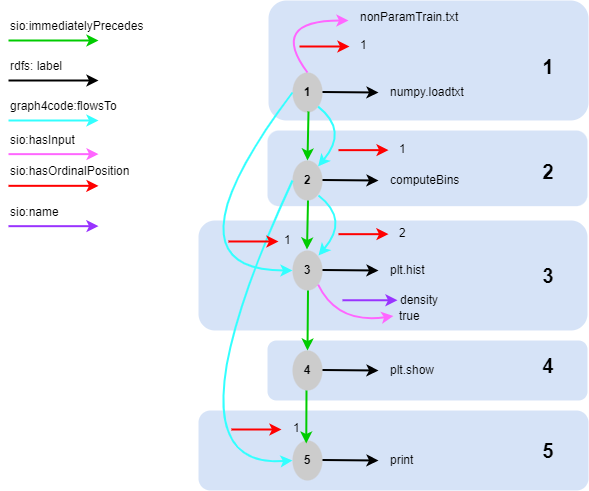
This is graphgen-proposal/dataflow-graph.drawio.png from leonchemnitz/ai4ca_sandbox, a draw.io export, as it was before one commit. Source tidied: cells renumbered, new cells last; positions are measured from the earlier drawing's top-left corner, leaving out a move shared by most shapes. Its diagram source:
```xml
<mxGraphModel>
  <root>
    <mxCell id="0" />
    <mxCell id="1" parent="0" />
    <mxCell id="2" style="rounded=1;whiteSpace=wrap;html=1;fillColor=#D6E3F7;strokeColor=none;" parent="1" vertex="1">
      <mxGeometry x="190" y="410" width="390" height="80" as="geometry" />
    </mxCell>
    <mxCell id="3" style="rounded=1;whiteSpace=wrap;html=1;fillColor=#D6E3F7;strokeColor=none;" parent="1" vertex="1">
      <mxGeometry x="259" y="340" width="320" height="60" as="geometry" />
    </mxCell>
    <mxCell id="4" style="rounded=1;whiteSpace=wrap;html=1;fillColor=#D6E3F7;strokeColor=none;" parent="1" vertex="1">
      <mxGeometry x="190" y="220" width="389" height="110" as="geometry" />
    </mxCell>
    <mxCell id="5" style="rounded=1;whiteSpace=wrap;html=1;fillColor=#D6E3F7;strokeColor=none;" parent="1" vertex="1">
      <mxGeometry x="259" y="130" width="320" height="75.7" as="geometry" />
    </mxCell>
    <mxCell id="6" style="rounded=1;whiteSpace=wrap;html=1;fillColor=#D6E3F7;strokeColor=none;" parent="1" vertex="1">
      <mxGeometry x="260" width="320" height="120" as="geometry" />
    </mxCell>
    <mxCell id="7" style="endArrow=classic;html=1;rounded=0;strokeColor=#00CC00;strokeWidth=2;" parent="1" edge="1">
      <mxGeometry relative="1" as="geometry">
        <mxPoint y="40" as="sourcePoint" />
        <mxPoint x="90" y="40" as="targetPoint" />
      </mxGeometry>
    </mxCell>
    <mxCell id="8" value="sio:immediatelyPrecedes" style="text;html=1;strokeColor=none;fillColor=none;align=left;verticalAlign=middle;whiteSpace=wrap;rounded=0;" parent="1" vertex="1">
      <mxGeometry y="20" width="100" height="12" as="geometry" />
    </mxCell>
    <mxCell id="9" style="endArrow=classic;html=1;rounded=0;strokeColor=#000000;strokeWidth=2;" parent="1" edge="1">
      <mxGeometry relative="1" as="geometry">
        <mxPoint y="80" as="sourcePoint" />
        <mxPoint x="90" y="80" as="targetPoint" />
      </mxGeometry>
    </mxCell>
    <mxCell id="10" value="rdfs: label" style="text;html=1;strokeColor=none;fillColor=none;align=left;verticalAlign=middle;whiteSpace=wrap;rounded=0;" parent="1" vertex="1">
      <mxGeometry y="60" width="100" height="12" as="geometry" />
    </mxCell>
    <mxCell id="11" style="endArrow=classic;html=1;rounded=0;strokeColor=#33FFFF;strokeWidth=2;" parent="1" edge="1">
      <mxGeometry relative="1" as="geometry">
        <mxPoint y="120" as="sourcePoint" />
        <mxPoint x="90" y="120" as="targetPoint" />
      </mxGeometry>
    </mxCell>
    <mxCell id="12" value="graph4code:flowsTo" style="text;html=1;strokeColor=none;fillColor=none;align=left;verticalAlign=middle;whiteSpace=wrap;rounded=0;" parent="1" vertex="1">
      <mxGeometry y="100" width="100" height="12" as="geometry" />
    </mxCell>
    <mxCell id="13" value="1" style="ellipse;whiteSpace=wrap;html=1;strokeColor=none;fillColor=#CCCCCC;fontStyle=1;" parent="1" vertex="1">
      <mxGeometry x="284" y="72" width="30" height="40" as="geometry" />
    </mxCell>
    <mxCell id="14" style="endArrow=classic;html=1;rounded=0;strokeColor=#000000;strokeWidth=2;" parent="1" edge="1">
      <mxGeometry relative="1" as="geometry">
        <mxPoint x="314" y="91.5" as="sourcePoint" />
        <mxPoint x="370" y="92" as="targetPoint" />
      </mxGeometry>
    </mxCell>
    <mxCell id="15" value="numpy.loadtxt" style="text;html=1;strokeColor=none;fillColor=none;align=left;verticalAlign=middle;whiteSpace=wrap;rounded=0;" parent="1" vertex="1">
      <mxGeometry x="380" y="77" width="60" height="30" as="geometry" />
    </mxCell>
    <mxCell id="16" value="2" style="ellipse;whiteSpace=wrap;html=1;strokeColor=none;fillColor=#CCCCCC;fontStyle=1;" parent="1" vertex="1">
      <mxGeometry x="284" y="160" width="30" height="40" as="geometry" />
    </mxCell>
    <mxCell id="17" style="endArrow=classic;html=1;rounded=0;strokeColor=#000000;strokeWidth=2;" parent="1" edge="1">
      <mxGeometry relative="1" as="geometry">
        <mxPoint x="314" y="179.5" as="sourcePoint" />
        <mxPoint x="370" y="180" as="targetPoint" />
      </mxGeometry>
    </mxCell>
    <mxCell id="18" value="computeBins" style="text;html=1;strokeColor=none;fillColor=none;align=left;verticalAlign=middle;whiteSpace=wrap;rounded=0;" parent="1" vertex="1">
      <mxGeometry x="380" y="165" width="60" height="30" as="geometry" />
    </mxCell>
    <mxCell id="19" value="3" style="ellipse;whiteSpace=wrap;html=1;strokeColor=none;fillColor=#CCCCCC;fontStyle=1;" parent="1" vertex="1">
      <mxGeometry x="284" y="250" width="30" height="40" as="geometry" />
    </mxCell>
    <mxCell id="20" style="endArrow=classic;html=1;rounded=0;strokeColor=#000000;strokeWidth=2;" parent="1" edge="1">
      <mxGeometry relative="1" as="geometry">
        <mxPoint x="314" y="269.5" as="sourcePoint" />
        <mxPoint x="370" y="270" as="targetPoint" />
      </mxGeometry>
    </mxCell>
    <mxCell id="21" value="plt.hist" style="text;html=1;strokeColor=none;fillColor=none;align=left;verticalAlign=middle;whiteSpace=wrap;rounded=0;" parent="1" vertex="1">
      <mxGeometry x="380" y="255" width="60" height="30" as="geometry" />
    </mxCell>
    <mxCell id="22" style="endArrow=classic;html=1;rounded=0;strokeColor=#00CC00;strokeWidth=2;entryX=0.5;entryY=0;entryDx=0;entryDy=0;" parent="1" edge="1" target="16">
      <mxGeometry relative="1" as="geometry">
        <mxPoint x="300" y="111" as="sourcePoint" />
      </mxGeometry>
    </mxCell>
    <mxCell id="23" style="endArrow=classic;html=1;strokeColor=#33FFFF;strokeWidth=2;exitX=1;exitY=1;exitDx=0;exitDy=0;entryX=1;entryY=0;entryDx=0;entryDy=0;curved=1;" parent="1" edge="1" source="13" target="16">
      <mxGeometry relative="1" as="geometry">
        <Array as="points">
          <mxPoint x="340" y="130" />
        </Array>
      </mxGeometry>
    </mxCell>
    <mxCell id="24" style="endArrow=classic;html=1;rounded=0;strokeColor=#FF66FF;strokeWidth=2;" parent="1" edge="1">
      <mxGeometry relative="1" as="geometry">
        <mxPoint y="153.6" as="sourcePoint" />
        <mxPoint x="90" y="153.6" as="targetPoint" />
      </mxGeometry>
    </mxCell>
    <mxCell id="25" value="sio:hasInput" style="text;html=1;strokeColor=none;fillColor=none;align=left;verticalAlign=middle;whiteSpace=wrap;rounded=0;" parent="1" vertex="1">
      <mxGeometry y="133.6" width="100" height="12" as="geometry" />
    </mxCell>
    <mxCell id="26" style="endArrow=classic;html=1;rounded=0;strokeColor=#FF0000;strokeWidth=2;" parent="1" edge="1">
      <mxGeometry relative="1" as="geometry">
        <mxPoint y="185.3" as="sourcePoint" />
        <mxPoint x="90" y="185.3" as="targetPoint" />
      </mxGeometry>
    </mxCell>
    <mxCell id="27" value="sio:hasOrdinalPosition" style="text;html=1;strokeColor=none;fillColor=none;align=left;verticalAlign=middle;whiteSpace=wrap;rounded=0;" parent="1" vertex="1">
      <mxGeometry y="165.3" width="100" height="12" as="geometry" />
    </mxCell>
    <mxCell id="28" style="endArrow=classic;html=1;rounded=0;strokeColor=#9933FF;strokeWidth=2;" parent="1" edge="1">
      <mxGeometry relative="1" as="geometry">
        <mxPoint y="225.7" as="sourcePoint" />
        <mxPoint x="90" y="225.7" as="targetPoint" />
      </mxGeometry>
    </mxCell>
    <mxCell id="29" value="sio:name" style="text;html=1;strokeColor=none;fillColor=none;align=left;verticalAlign=middle;whiteSpace=wrap;rounded=0;" parent="1" vertex="1">
      <mxGeometry y="205.7" width="100" height="12" as="geometry" />
    </mxCell>
    <mxCell id="30" style="endArrow=classic;html=1;rounded=0;strokeColor=#FF0000;strokeWidth=2;" parent="1" edge="1">
      <mxGeometry relative="1" as="geometry">
        <mxPoint x="330" y="149.6" as="sourcePoint" />
        <mxPoint x="380" y="149.6" as="targetPoint" />
      </mxGeometry>
    </mxCell>
    <mxCell id="31" value="1" style="text;html=1;strokeColor=none;fillColor=none;align=left;verticalAlign=middle;whiteSpace=wrap;rounded=0;" parent="1" vertex="1">
      <mxGeometry x="389" y="133.6" width="60" height="30" as="geometry" />
    </mxCell>
    <mxCell id="32" style="endArrow=classic;html=1;strokeColor=#FF66FF;strokeWidth=2;exitX=0.5;exitY=0;exitDx=0;exitDy=0;curved=1;" parent="1" edge="1" source="13">
      <mxGeometry relative="1" as="geometry">
        <mxPoint x="340" y="20" as="targetPoint" />
        <Array as="points">
          <mxPoint x="260" y="20" />
        </Array>
      </mxGeometry>
    </mxCell>
    <mxCell id="33" value="nonParamTrain.txt" style="text;html=1;strokeColor=none;fillColor=none;align=left;verticalAlign=middle;whiteSpace=wrap;rounded=0;" parent="1" vertex="1">
      <mxGeometry x="350" y="2" width="60" height="30" as="geometry" />
    </mxCell>
    <mxCell id="34" style="endArrow=classic;html=1;rounded=0;strokeColor=#FF0000;strokeWidth=2;" parent="1" edge="1">
      <mxGeometry relative="1" as="geometry">
        <mxPoint x="291" y="46" as="sourcePoint" />
        <mxPoint x="341" y="46" as="targetPoint" />
      </mxGeometry>
    </mxCell>
    <mxCell id="35" value="1" style="text;html=1;strokeColor=none;fillColor=none;align=left;verticalAlign=middle;whiteSpace=wrap;rounded=0;" parent="1" vertex="1">
      <mxGeometry x="350" y="30" width="60" height="30" as="geometry" />
    </mxCell>
    <mxCell id="36" style="endArrow=classic;html=1;rounded=0;strokeColor=#00CC00;strokeWidth=2;entryX=0.5;entryY=0;entryDx=0;entryDy=0;" parent="1" edge="1">
      <mxGeometry relative="1" as="geometry">
        <mxPoint x="299.5" y="200" as="sourcePoint" />
        <mxPoint x="298.5" y="249" as="targetPoint" />
      </mxGeometry>
    </mxCell>
    <mxCell id="37" value="4" style="ellipse;whiteSpace=wrap;html=1;strokeColor=none;fillColor=#CCCCCC;fontStyle=1;" parent="1" vertex="1">
      <mxGeometry x="284" y="350" width="30" height="40" as="geometry" />
    </mxCell>
    <mxCell id="38" style="endArrow=classic;html=1;rounded=0;strokeColor=#000000;strokeWidth=2;" parent="1" edge="1">
      <mxGeometry relative="1" as="geometry">
        <mxPoint x="314" y="369.5" as="sourcePoint" />
        <mxPoint x="370" y="370" as="targetPoint" />
      </mxGeometry>
    </mxCell>
    <mxCell id="39" value="plt.show" style="text;html=1;strokeColor=none;fillColor=none;align=left;verticalAlign=middle;whiteSpace=wrap;rounded=0;" parent="1" vertex="1">
      <mxGeometry x="380" y="355" width="60" height="30" as="geometry" />
    </mxCell>
    <mxCell id="40" style="endArrow=classic;html=1;rounded=0;strokeColor=#00CC00;strokeWidth=2;entryX=0.5;entryY=0;entryDx=0;entryDy=0;" parent="1" edge="1" target="37">
      <mxGeometry relative="1" as="geometry">
        <mxPoint x="299.5" y="290" as="sourcePoint" />
      </mxGeometry>
    </mxCell>
    <mxCell id="41" value="5" style="ellipse;whiteSpace=wrap;html=1;strokeColor=none;fillColor=#CCCCCC;fontStyle=1;" parent="1" vertex="1">
      <mxGeometry x="284" y="440" width="30" height="40" as="geometry" />
    </mxCell>
    <mxCell id="42" style="endArrow=classic;html=1;rounded=0;strokeColor=#000000;strokeWidth=2;" parent="1" edge="1">
      <mxGeometry relative="1" as="geometry">
        <mxPoint x="314" y="459.5" as="sourcePoint" />
        <mxPoint x="370" y="460" as="targetPoint" />
      </mxGeometry>
    </mxCell>
    <mxCell id="43" value="print" style="text;html=1;strokeColor=none;fillColor=none;align=left;verticalAlign=middle;whiteSpace=wrap;rounded=0;" parent="1" vertex="1">
      <mxGeometry x="380" y="445" width="60" height="30" as="geometry" />
    </mxCell>
    <mxCell id="44" style="endArrow=classic;html=1;rounded=0;strokeColor=#00CC00;strokeWidth=2;entryX=0.25;entryY=1;entryDx=0;entryDy=0;" parent="1" edge="1" target="47">
      <mxGeometry relative="1" as="geometry">
        <mxPoint x="298" y="390" as="sourcePoint" />
      </mxGeometry>
    </mxCell>
    <mxCell id="45" style="endArrow=classic;html=1;strokeColor=#33FFFF;strokeWidth=2;exitX=0;exitY=0.5;exitDx=0;exitDy=0;entryX=0;entryY=0.5;entryDx=0;entryDy=0;curved=1;" parent="1" edge="1" source="16" target="41">
      <mxGeometry relative="1" as="geometry">
        <Array as="points">
          <mxPoint x="150" y="470" />
        </Array>
      </mxGeometry>
    </mxCell>
    <mxCell id="46" style="endArrow=classic;html=1;rounded=0;strokeColor=#FF0000;strokeWidth=2;" parent="1" edge="1">
      <mxGeometry relative="1" as="geometry">
        <mxPoint x="223" y="429" as="sourcePoint" />
        <mxPoint x="273" y="429" as="targetPoint" />
      </mxGeometry>
    </mxCell>
    <mxCell id="47" value="1" style="text;html=1;strokeColor=none;fillColor=none;align=left;verticalAlign=middle;whiteSpace=wrap;rounded=0;" parent="1" vertex="1">
      <mxGeometry x="283" y="413" width="59" height="30" as="geometry" />
    </mxCell>
    <mxCell id="48" style="endArrow=classic;html=1;strokeColor=#33FFFF;strokeWidth=2;exitX=0;exitY=0.5;exitDx=0;exitDy=0;entryX=0;entryY=0.5;entryDx=0;entryDy=0;curved=1;" parent="1" edge="1" source="13" target="19">
      <mxGeometry relative="1" as="geometry">
        <Array as="points">
          <mxPoint x="150" y="270" />
        </Array>
      </mxGeometry>
    </mxCell>
    <mxCell id="49" style="endArrow=classic;html=1;rounded=0;strokeColor=#FF0000;strokeWidth=2;" parent="1" edge="1">
      <mxGeometry relative="1" as="geometry">
        <mxPoint x="220" y="241" as="sourcePoint" />
        <mxPoint x="270" y="241" as="targetPoint" />
      </mxGeometry>
    </mxCell>
    <mxCell id="50" value="1" style="text;html=1;strokeColor=none;fillColor=none;align=left;verticalAlign=middle;whiteSpace=wrap;rounded=0;" parent="1" vertex="1">
      <mxGeometry x="274" y="225" width="59" height="30" as="geometry" />
    </mxCell>
    <mxCell id="51" style="endArrow=classic;html=1;strokeColor=#33FFFF;strokeWidth=2;exitX=1;exitY=1;exitDx=0;exitDy=0;entryX=1;entryY=0;entryDx=0;entryDy=0;curved=1;" parent="1" edge="1">
      <mxGeometry relative="1" as="geometry">
        <mxPoint x="310" y="195" as="sourcePoint" />
        <mxPoint x="310" y="255" as="targetPoint" />
        <Array as="points">
          <mxPoint x="341" y="219" />
        </Array>
      </mxGeometry>
    </mxCell>
    <mxCell id="52" style="endArrow=classic;html=1;rounded=0;strokeColor=#FF0000;strokeWidth=2;" parent="1" edge="1">
      <mxGeometry relative="1" as="geometry">
        <mxPoint x="330" y="233.7" as="sourcePoint" />
        <mxPoint x="380" y="233.7" as="targetPoint" />
      </mxGeometry>
    </mxCell>
    <mxCell id="53" value="2" style="text;html=1;strokeColor=none;fillColor=none;align=left;verticalAlign=middle;whiteSpace=wrap;rounded=0;" parent="1" vertex="1">
      <mxGeometry x="389" y="217.7" width="60" height="30" as="geometry" />
    </mxCell>
    <mxCell id="54" style="endArrow=classic;html=1;strokeColor=#FF66FF;strokeWidth=2;exitX=1;exitY=1;exitDx=0;exitDy=0;curved=1;entryX=-0.068;entryY=0.473;entryDx=0;entryDy=0;entryPerimeter=0;" parent="1" edge="1" source="19" target="56">
      <mxGeometry relative="1" as="geometry">
        <Array as="points">
          <mxPoint x="328.9" y="323.6" />
        </Array>
      </mxGeometry>
    </mxCell>
    <mxCell id="55" style="endArrow=classic;html=1;rounded=0;strokeColor=#9933FF;strokeWidth=2;" parent="1" edge="1">
      <mxGeometry relative="1" as="geometry">
        <mxPoint x="334" y="299.8" as="sourcePoint" />
        <mxPoint x="389" y="299.8" as="targetPoint" />
      </mxGeometry>
    </mxCell>
    <mxCell id="56" value="true" style="text;html=1;strokeColor=none;fillColor=none;align=left;verticalAlign=middle;whiteSpace=wrap;rounded=0;" parent="1" vertex="1">
      <mxGeometry x="389" y="301.3" width="60" height="30" as="geometry" />
    </mxCell>
    <mxCell id="57" value="density" style="text;html=1;strokeColor=none;fillColor=none;align=left;verticalAlign=middle;whiteSpace=wrap;rounded=0;" parent="1" vertex="1">
      <mxGeometry x="390" y="285" width="60" height="30" as="geometry" />
    </mxCell>
    <mxCell id="58" value="&lt;font style=&quot;font-size: 20px;&quot;&gt;&lt;b&gt;1&lt;/b&gt;&lt;/font&gt;" style="text;html=1;strokeColor=none;fillColor=none;align=center;verticalAlign=middle;whiteSpace=wrap;rounded=0;" parent="1" vertex="1">
      <mxGeometry x="510" y="51" width="60" height="30" as="geometry" />
    </mxCell>
    <mxCell id="59" value="&lt;font style=&quot;font-size: 20px;&quot;&gt;&lt;b&gt;2&lt;/b&gt;&lt;/font&gt;" style="text;html=1;strokeColor=none;fillColor=none;align=center;verticalAlign=middle;whiteSpace=wrap;rounded=0;" parent="1" vertex="1">
      <mxGeometry x="510" y="156.3" width="60" height="30" as="geometry" />
    </mxCell>
    <mxCell id="60" value="&lt;font style=&quot;font-size: 20px;&quot;&gt;&lt;b&gt;3&lt;/b&gt;&lt;/font&gt;" style="text;html=1;strokeColor=none;fillColor=none;align=center;verticalAlign=middle;whiteSpace=wrap;rounded=0;" parent="1" vertex="1">
      <mxGeometry x="510" y="260" width="60" height="30" as="geometry" />
    </mxCell>
    <mxCell id="61" value="&lt;font style=&quot;font-size: 20px;&quot;&gt;&lt;b&gt;4&lt;/b&gt;&lt;/font&gt;" style="text;html=1;strokeColor=none;fillColor=none;align=center;verticalAlign=middle;whiteSpace=wrap;rounded=0;" parent="1" vertex="1">
      <mxGeometry x="510" y="350" width="60" height="30" as="geometry" />
    </mxCell>
    <mxCell id="62" value="&lt;font style=&quot;font-size: 20px;&quot;&gt;&lt;b&gt;5&lt;/b&gt;&lt;/font&gt;" style="text;html=1;strokeColor=none;fillColor=none;align=center;verticalAlign=middle;whiteSpace=wrap;rounded=0;" parent="1" vertex="1">
      <mxGeometry x="510" y="435" width="60" height="30" as="geometry" />
    </mxCell>
  </root>
</mxGraphModel>
```
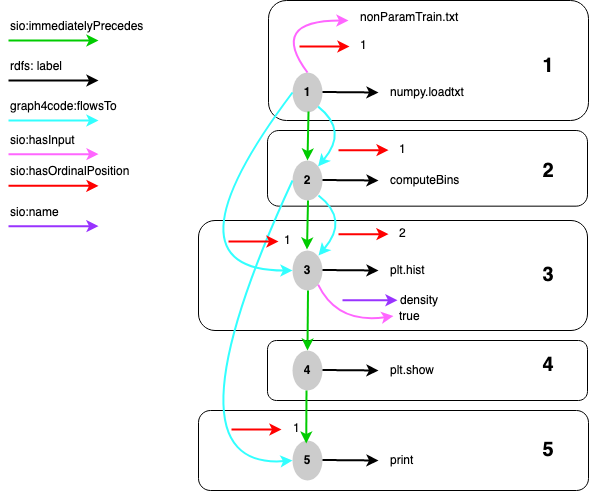
The same file after the commit.

What changed in the source:
```diff
@@ -2,19 +2,19 @@
   <root>
     <mxCell id="0" />
     <mxCell id="1" parent="0" />
-    <mxCell id="2" style="rounded=1;whiteSpace=wrap;html=1;fillColor=#D6E3F7;strokeColor=none;" parent="1" vertex="1">
+    <mxCell id="2" style="rounded=1;whiteSpace=wrap;html=1;" parent="1" vertex="1">
       <mxGeometry x="190" y="410" width="390" height="80" as="geometry" />
     </mxCell>
-    <mxCell id="3" style="rounded=1;whiteSpace=wrap;html=1;fillColor=#D6E3F7;strokeColor=none;" parent="1" vertex="1">
+    <mxCell id="3" style="rounded=1;whiteSpace=wrap;html=1;" parent="1" vertex="1">
       <mxGeometry x="259" y="340" width="320" height="60" as="geometry" />
     </mxCell>
-    <mxCell id="4" style="rounded=1;whiteSpace=wrap;html=1;fillColor=#D6E3F7;strokeColor=none;" parent="1" vertex="1">
+    <mxCell id="4" style="rounded=1;whiteSpace=wrap;html=1;" parent="1" vertex="1">
       <mxGeometry x="190" y="220" width="389" height="110" as="geometry" />
     </mxCell>
-    <mxCell id="5" style="rounded=1;whiteSpace=wrap;html=1;fillColor=#D6E3F7;strokeColor=none;" parent="1" vertex="1">
+    <mxCell id="5" style="rounded=1;whiteSpace=wrap;html=1;" parent="1" vertex="1">
       <mxGeometry x="259" y="130" width="320" height="75.7" as="geometry" />
     </mxCell>
-    <mxCell id="6" style="rounded=1;whiteSpace=wrap;html=1;fillColor=#D6E3F7;strokeColor=none;" parent="1" vertex="1">
+    <mxCell id="6" style="rounded=1;whiteSpace=wrap;html=1;" parent="1" vertex="1">
       <mxGeometry x="260" width="320" height="120" as="geometry" />
     </mxCell>
     <mxCell id="7" style="endArrow=classic;html=1;rounded=0;strokeColor=#00CC00;strokeWidth=2;" parent="1" edge="1">
```
